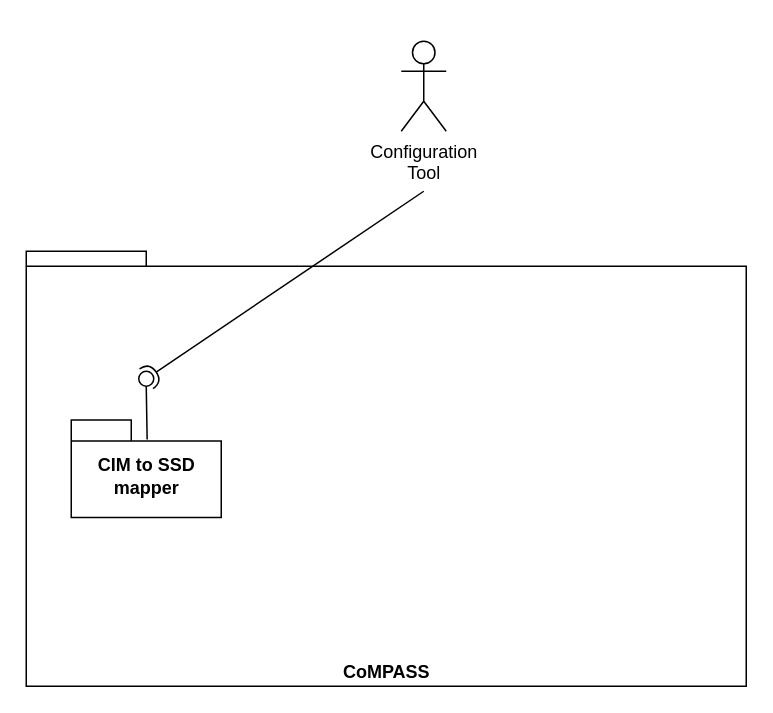
Earlier version of the draw.io diagram page "1st level" (3 of 5) of blob-files/CoMPAS.drawio (com-pas/compas-architecture). Source tidied: cells renumbered, new cells numbered last; positions are measured from the earlier drawing's top-left corner, leaving out a move shared by most shapes. Both pictures are drawn from the tidied source at 150%, with x=0, y=0 at pixel (26, 40).
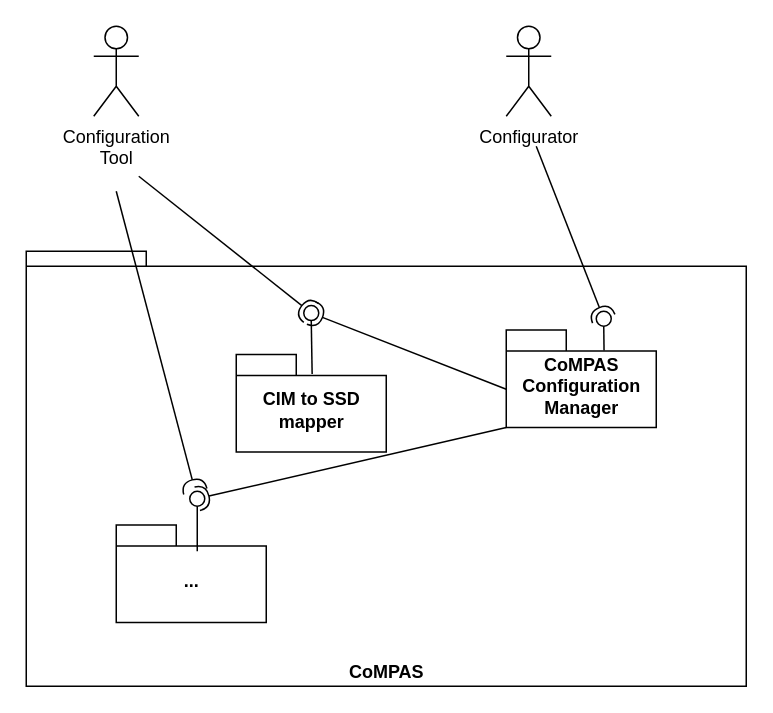
After the change.

The edit, as a diff of the source:
```diff
@@
-    <mxCell id="2" value="CoMPASS" style="shape=folder;fontStyle=1;spacingTop=10;tabWidth=80;tabHeight=10;tabPosition=left;html=1;verticalAlign=bottom;" parent="1" vertex="1">
+    <mxCell id="2" value="CoMPAS" style="shape=folder;fontStyle=1;spacingTop=10;tabWidth=80;tabHeight=10;tabPosition=left;html=1;verticalAlign=bottom;" parent="1" vertex="1">
       <mxGeometry y="140" width="480" height="290" as="geometry" />
     </mxCell>
     <mxCell id="3" value="CIM to SSD &lt;br&gt;mapper" style="shape=folder;fontStyle=1;spacingTop=10;tabWidth=40;tabHeight=14;tabPosition=left;html=1;" parent="1" vertex="1">
-      <mxGeometry x="30" y="252.5" width="100" height="65" as="geometry" />
+      <mxGeometry x="140" y="208.8" width="100" height="65" as="geometry" />
     </mxCell>
@@
     <mxCell id="5" style="rounded=0;jettySize=auto;html=1;endArrow=halfCircle;endFill=0;entryX=0.5;entryY=0.5;entryDx=0;entryDy=0;endSize=6;strokeWidth=1;" parent="1" edge="1" target="6">
       <mxGeometry relative="1" as="geometry">
-        <mxPoint x="265" y="100" as="sourcePoint" />
+        <mxPoint x="75" y="90" as="sourcePoint" />
       </mxGeometry>
     </mxCell>
     <mxCell id="6" style="ellipse;whiteSpace=wrap;html=1;fontFamily=Helvetica;fontSize=12;fontColor=#000000;align=center;strokeColor=#000000;fillColor=#ffffff;points=[];" parent="1" vertex="1">
-      <mxGeometry x="75" y="220" width="10" height="10" as="geometry" />
+      <mxGeometry x="185" y="176.2" width="10" height="10" as="geometry" />
     </mxCell>
     <mxCell id="7" value="Configuration&lt;br&gt;Tool" style="shape=umlActor;verticalLabelPosition=bottom;verticalAlign=top;html=1;" parent="1" vertex="1">
-      <mxGeometry x="250" width="30" height="60" as="geometry" />
+      <mxGeometry x="45" y="-10" width="30" height="60" as="geometry" />
     </mxCell>
+    <mxCell id="8" value="Configurator" style="shape=umlActor;verticalLabelPosition=bottom;verticalAlign=top;html=1;" parent="1" vertex="1">
+      <mxGeometry x="320" y="-10" width="30" height="60" as="geometry" />
+    </mxCell>
+    <mxCell id="9" value="..." style="shape=folder;fontStyle=1;spacingTop=10;tabWidth=40;tabHeight=14;tabPosition=left;html=1;" parent="1" vertex="1">
+      <mxGeometry x="60" y="322.5" width="100" height="65" as="geometry" />
+    </mxCell>
+    <mxCell id="10" value="CoMPAS&lt;br&gt;Configuration&lt;br&gt;Manager" style="shape=folder;fontStyle=1;spacingTop=10;tabWidth=40;tabHeight=14;tabPosition=left;html=1;" parent="1" vertex="1">
+      <mxGeometry x="320" y="192.5" width="100" height="65" as="geometry" />
+    </mxCell>
+    <mxCell id="11" style="rounded=0;jettySize=auto;html=1;endArrow=none;endFill=0;exitX=0.652;exitY=0.21;exitDx=0;exitDy=0;exitPerimeter=0;" parent="1" edge="1" source="10" target="13">
+      <mxGeometry relative="1" as="geometry" />
+    </mxCell>
+    <mxCell id="12" style="rounded=0;jettySize=auto;html=1;endArrow=halfCircle;endFill=0;entryX=0.5;entryY=0.5;entryDx=0;entryDy=0;endSize=6;strokeWidth=1;" parent="1" edge="1" target="13">
+      <mxGeometry relative="1" as="geometry">
+        <mxPoint x="340" y="70" as="sourcePoint" />
+      </mxGeometry>
+    </mxCell>
+    <mxCell id="13" style="ellipse;whiteSpace=wrap;html=1;fontFamily=Helvetica;fontSize=12;fontColor=#000000;align=center;strokeColor=#000000;fillColor=#ffffff;points=[];" parent="1" vertex="1">
+      <mxGeometry x="380" y="180" width="10" height="10" as="geometry" />
+    </mxCell>
+    <mxCell id="14" style="rounded=0;jettySize=auto;html=1;endArrow=none;endFill=0;exitX=0.54;exitY=0.269;exitDx=0;exitDy=0;exitPerimeter=0;" parent="1" edge="1" source="9" target="16">
+      <mxGeometry relative="1" as="geometry" />
+    </mxCell>
+    <mxCell id="15" style="rounded=0;jettySize=auto;html=1;endArrow=halfCircle;endFill=0;entryX=0.5;entryY=0.5;entryDx=0;entryDy=0;endSize=6;strokeWidth=1;exitX=0;exitY=0;exitDx=0;exitDy=65;exitPerimeter=0;" parent="1" edge="1" source="10" target="16">
+      <mxGeometry relative="1" as="geometry" />
+    </mxCell>
+    <mxCell id="16" style="ellipse;whiteSpace=wrap;html=1;fontFamily=Helvetica;fontSize=12;fontColor=#000000;align=center;strokeColor=#000000;fillColor=#ffffff;points=[];" parent="1" vertex="1">
+      <mxGeometry x="109" y="300" width="10" height="10" as="geometry" />
+    </mxCell>
+    <mxCell id="17" style="rounded=0;jettySize=auto;html=1;endArrow=halfCircle;endFill=0;entryX=0.5;entryY=0.5;entryDx=0;entryDy=0;endSize=6;strokeWidth=1;exitX=0;exitY=0;exitDx=0;exitDy=39.5;exitPerimeter=0;entryPerimeter=0;" parent="1" edge="1" source="10" target="6">
+      <mxGeometry relative="1" as="geometry" />
+    </mxCell>
+    <mxCell id="18" style="rounded=0;jettySize=auto;html=1;endArrow=halfCircle;endFill=0;endSize=6;strokeWidth=1;" parent="1" edge="1" target="16">
+      <mxGeometry relative="1" as="geometry">
+        <mxPoint x="60" y="100" as="sourcePoint" />
+      </mxGeometry>
+    </mxCell>
```
